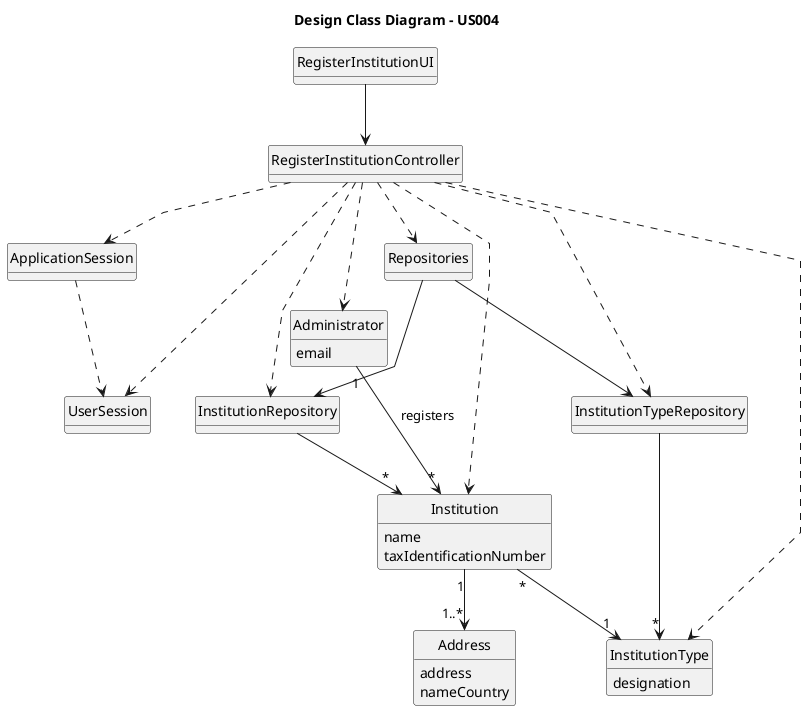
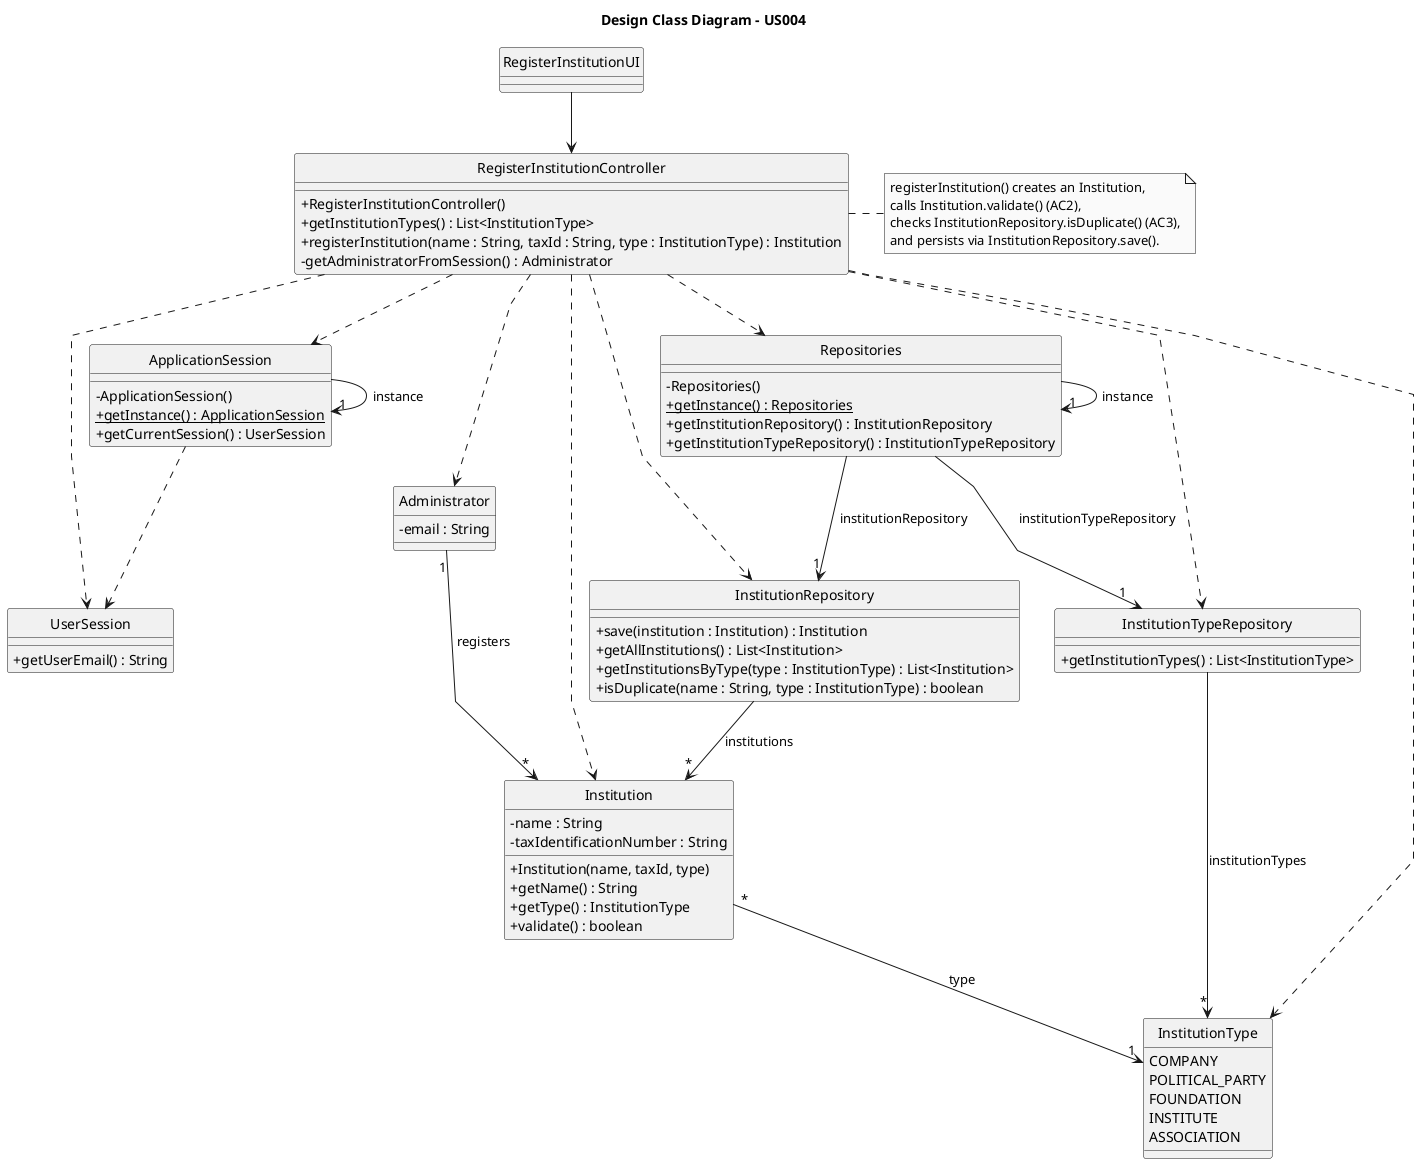
@startuml
skinparam monochrome true
skinparam packageStyle rectangle
skinparam shadowing false
skinparam linetype polyline
skinparam classAttributeIconSize 0

title Design Class Diagram - US004

hide circle
- hide methods

'========================
' Session Layer
'========================

class ApplicationSession {
-     + getInstance()
-     + getCurrentSession()
+     - ApplicationSession()
+     + {static} getInstance() : ApplicationSession
+     + getCurrentSession() : UserSession
}

class UserSession {
-     + getUserEmail()
+     + getUserEmail() : String
}

+ ApplicationSession -> "1" ApplicationSession : instance
ApplicationSession ..> UserSession
- 

'========================
' Domain Layer
'========================

class Administrator {
-     email
+     - email : String
}

class Institution {
-     name
-     taxIdentificationNumber
+     - name : String
+     - taxIdentificationNumber : String
+     + Institution(name, taxId, type)
+     + getName() : String
+     + getType() : InstitutionType
+     + validate() : boolean
}

- class InstitutionType {
-     designation
+ enum InstitutionType {
+     COMPANY
+     POLITICAL_PARTY
+     FOUNDATION
+     INSTITUTE
+     ASSOCIATION
}

- class Address {
-     address
-     nameCountry
- }
- 
- Institution "*" --> "1" InstitutionType
- Institution "1" --> "1..*" Address
+ Institution "*" --> "1" InstitutionType : type
Administrator "1" --> "*" Institution : registers
- 

'========================
' Repository Layer
'========================

class InstitutionRepository {
-     + save(institution)
-     + getInstitutions()
+     + save(institution : Institution) : Institution
+     + getAllInstitutions() : List<Institution>
+     + getInstitutionsByType(type : InstitutionType) : List<Institution>
+     + isDuplicate(name : String, type : InstitutionType) : boolean
}

class InstitutionTypeRepository {
-     + getInstitutionTypes()
+     + getInstitutionTypes() : List<InstitutionType>
}

class Repositories {
-     + getInstance()
-     + getInstitutionRepository()
-     + getInstitutionTypeRepository()
+     - Repositories()
+     + {static} getInstance() : Repositories
+     + getInstitutionRepository() : InstitutionRepository
+     + getInstitutionTypeRepository() : InstitutionTypeRepository
}

- Repositories --> InstitutionRepository
- Repositories --> InstitutionTypeRepository
+ Repositories -> "1" Repositories : instance
+ Repositories --> "1" InstitutionRepository : institutionRepository
+ Repositories --> "1" InstitutionTypeRepository : institutionTypeRepository

+ InstitutionRepository --> "*" Institution : institutions
+ InstitutionTypeRepository --> "*" InstitutionType : institutionTypes

'========================
' Controller
'========================

class RegisterInstitutionController {
    + RegisterInstitutionController()
-     + getInstitutionTypes()
-     + registerInstitution(name, taxId, type)
+     + getInstitutionTypes() : List<InstitutionType>
+     + registerInstitution(name : String, taxId : String, type : InstitutionType) : Institution
+     - getAdministratorFromSession() : Administrator
}
+ 
+ note right of RegisterInstitutionController
+     registerInstitution() creates an Institution,
+     calls Institution.validate() (AC2),
+     checks InstitutionRepository.isDuplicate() (AC3),
+     and persists via InstitutionRepository.save().
+ end note

RegisterInstitutionController ..> Repositories
RegisterInstitutionController ..> InstitutionRepository
RegisterInstitutionController ..> InstitutionTypeRepository
RegisterInstitutionController ..> InstitutionType
RegisterInstitutionController ..> Institution
RegisterInstitutionController ..> Administrator
RegisterInstitutionController ..> ApplicationSession
RegisterInstitutionController ..> UserSession

- 
'========================
' UI Layer
'========================

class RegisterInstitutionUI {
}

RegisterInstitutionUI --> RegisterInstitutionController

- 
- '========================
- ' Repository Relations
- '========================
- 
- InstitutionRepository --> "*" Institution
- InstitutionTypeRepository --> "*" InstitutionType
- 
@enduml
